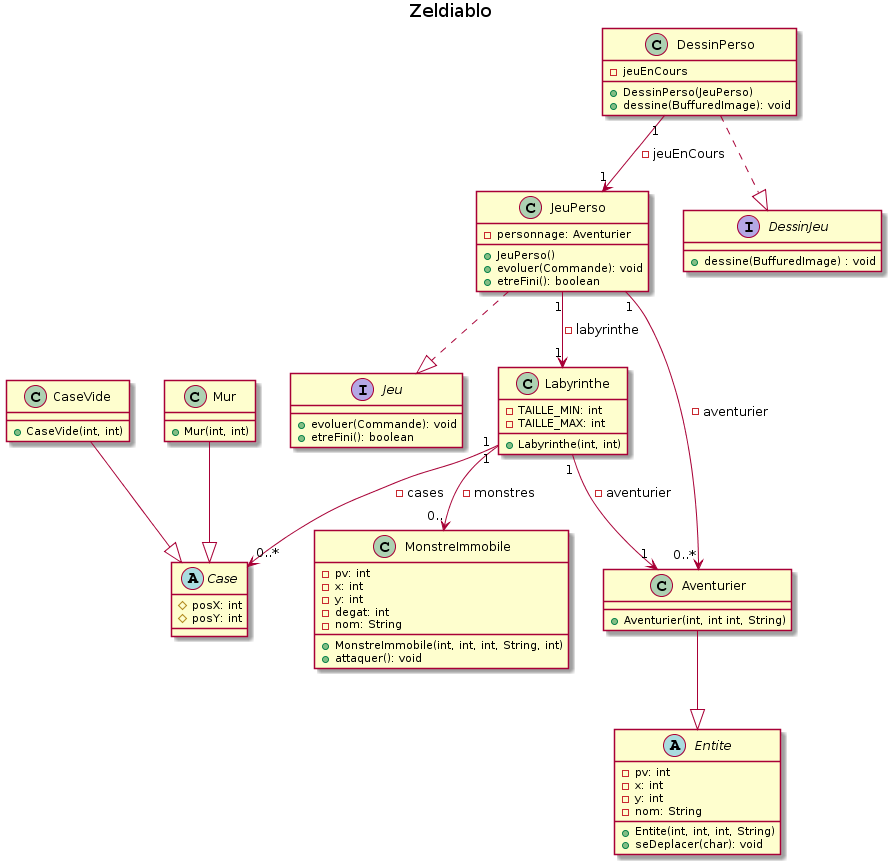
The PlantUML diagram documents/version_03/diagramme_sequence/Zeldiablo.png in LoickNosal/2019_COO_Zeldiablo_Nosal9u_Demang146u_Sousa12u_Gsell5u, before a commit. The source it was exported from:
```plantuml
@startuml
title Zeldiablo

interface Jeu {
    +evoluer(Commande): void
    +etreFini(): boolean
}

class JeuPerso {
    -personnage: Aventurier
    +JeuPerso()
    +evoluer(Commande): void
    +etreFini(): boolean
}

interface DessinJeu {
    +dessine(BuffuredImage) : void
}

class DessinPerso {
    -jeuEnCours
    +DessinPerso(JeuPerso)
    +dessine(BuffuredImage): void
}

class Labyrinthe {
    -TAILLE_MIN: int
    -TAILLE_MAX: int
    +Labyrinthe(int, int)
}

class MonstreImmobile {
    -pv: int
    -x: int
    -y: int
    -degat: int
    -nom: String
    +MonstreImmobile(int, int, int, String, int)
    +attaquer(): void
}

abstract Case {
    #posX: int
    #posY: int
}

class CaseVide {
    +CaseVide(int, int)
}

class Mur {
    +Mur(int, int)
}

abstract Entite {
    -pv: int
    -x: int
    -y: int
    -nom: String

    +Entite(int, int, int, String)
    +seDeplacer(char): void
}

class Aventurier {
    +Aventurier(int, int int, String)
}

JeuPerso "1" --> "1" Labyrinthe : -labyrinthe
DessinPerso "1" --> "1" JeuPerso : -jeuEnCours
Labyrinthe "1" --> "0..*" Case : -cases
JeuPerso "1" --> "0..*" Aventurier : -aventurier
Labyrinthe "1" --> "1" Aventurier : -aventurier
Labyrinthe "1" --> "0.." MonstreImmobile: -monstres

JeuPerso ..|> Jeu
DessinPerso ..|> DessinJeu
CaseVide --|> Case
Mur --|> Case
Aventurier --|> Entite
@enduml
```
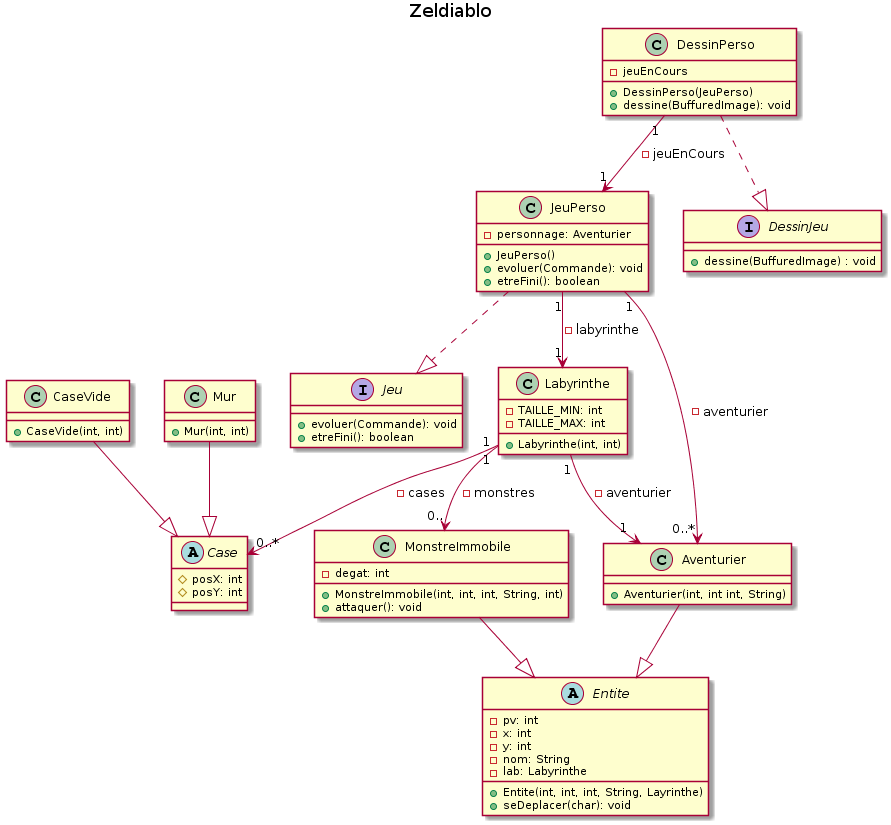
After the commit.

Commit message:
Modif diagrame de classe V3

What changed in the source:
```diff
@@ -30,11 +30,8 @@
 }
 
 class MonstreImmobile {
-    -pv: int
-    -x: int
-    -y: int
     -degat: int
-    -nom: String
+
     +MonstreImmobile(int, int, int, String, int)
     +attaquer(): void
 }
@@ -57,8 +54,9 @@
     -x: int
     -y: int
     -nom: String
+    -lab: Labyrinthe
 
-    +Entite(int, int, int, String)
+    +Entite(int, int, int, String, Layrinthe)
     +seDeplacer(char): void
 }
 
@@ -78,4 +76,5 @@
 CaseVide --|> Case
 Mur --|> Case
 Aventurier --|> Entite
+MonstreImmobile --|> Entite
 @enduml
```
